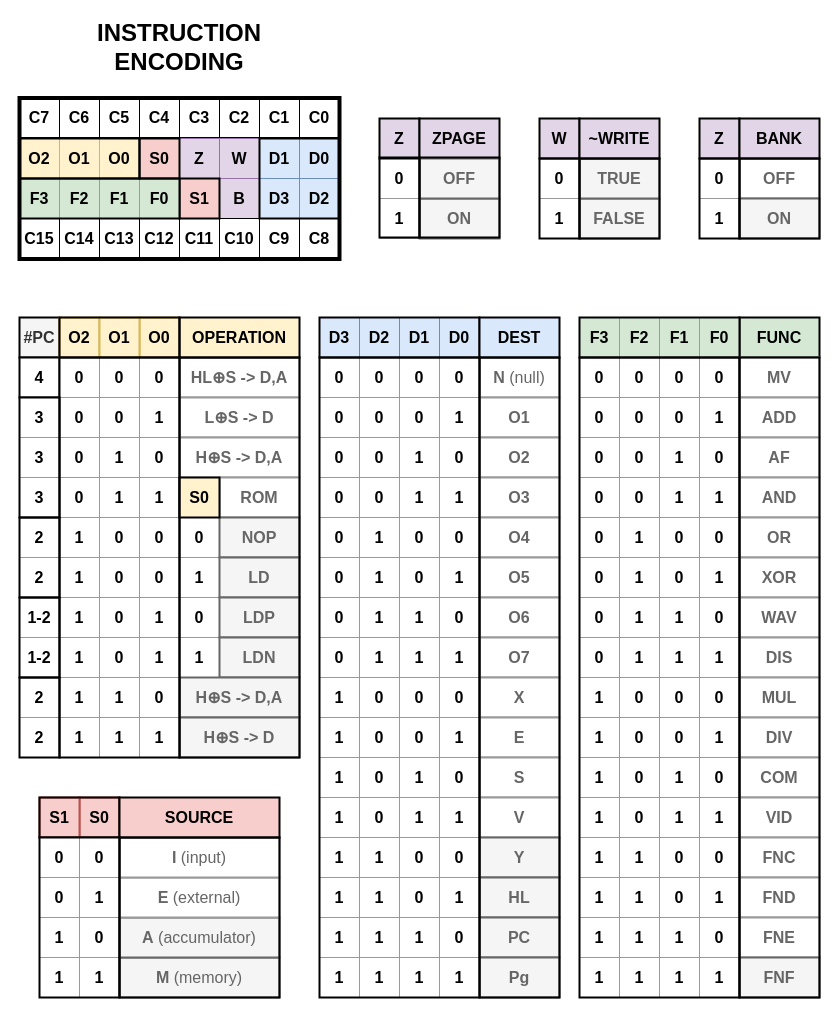
Before: docs/instructions.drawio in ajhewitt/novasaur, a draw.io diagram. Source tidied: cells renumbered, new cells numbered last; positions are measured from the earlier drawing's top-left corner, leaving out a move shared by most shapes. Both pictures are drawn from the tidied source at 100%, with x=0, y=0 at pixel (19, 17).
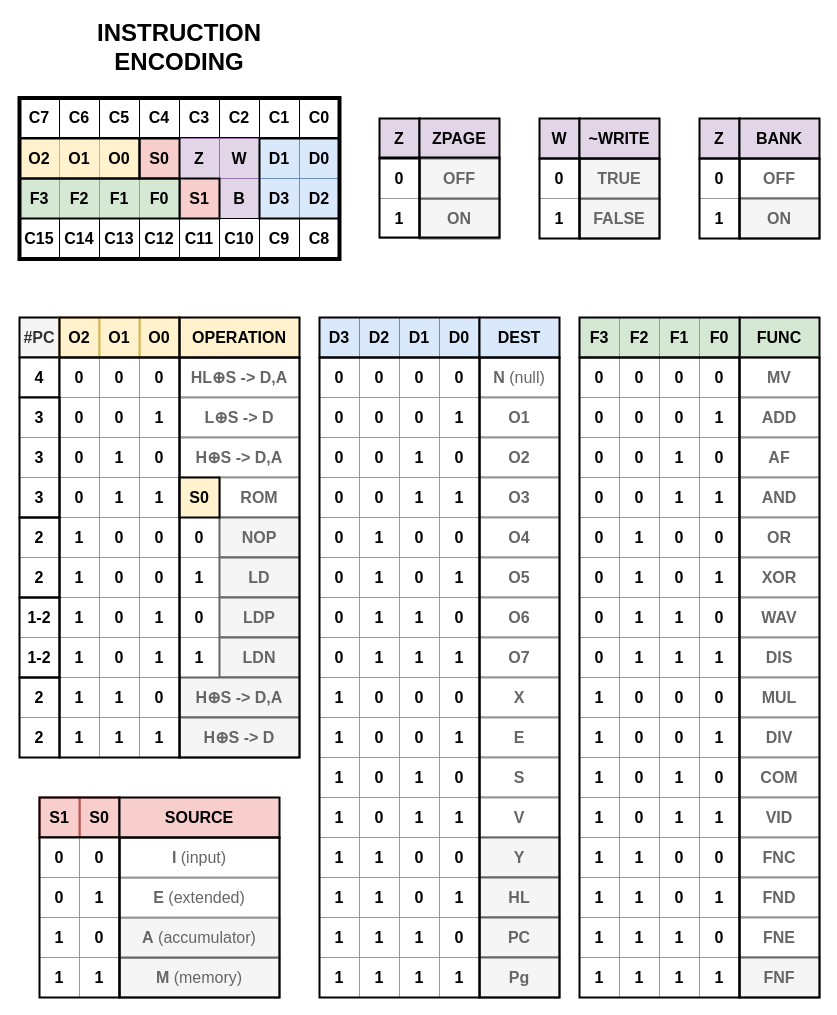
The same page after the edit.

Change to the diagram source:
```diff
@@
-    <mxCell id="118" value="&lt;font color=&quot;#666666&quot;&gt;&lt;span style=&quot;font-size: 16px&quot;&gt;&lt;b&gt;E&lt;/b&gt;&amp;nbsp;(external)&lt;/span&gt;&lt;/font&gt;" style="rounded=0;whiteSpace=wrap;html=1;strokeWidth=2;strokeColor=#999999;" parent="1" vertex="1">
+    <mxCell id="118" value="&lt;font color=&quot;#666666&quot;&gt;&lt;span style=&quot;font-size: 16px&quot;&gt;&lt;b&gt;E&lt;/b&gt;&amp;nbsp;(extended)&lt;/span&gt;&lt;/font&gt;" style="rounded=0;whiteSpace=wrap;html=1;strokeWidth=2;strokeColor=#999999;" parent="1" vertex="1">
       <mxGeometry x="100" y="860" width="160" height="40" as="geometry" />
     </mxCell>
```
